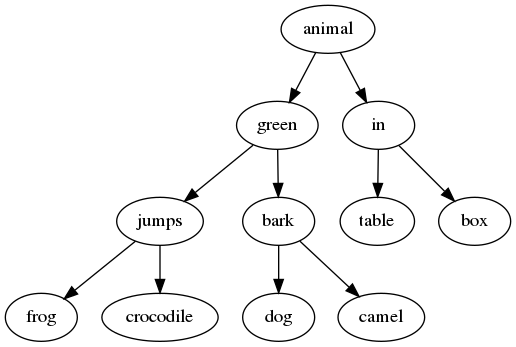
This is akinator/tree.png from alextroegubov/Technotrack-C-course, a Graphviz export, as it was before one commit. Its source is kept beside it as akinator/tree.dot. Source of this version:
```dot
digraph G {
372972912[label = frog]
372972832[label = jumps]
372972832->372972912;
372972832->372972592;
372972592[label = crocodile]
372972512[label = green]
372972512->372972832;
372972512->372972672;
372972752[label = dog]
372972672[label = bark]
372972672->372972752;
372972672->372971392;
372971392[label = camel]
372971232[label = animal]
372971232->372972512;
372971232->372972992;
372973072[label = table]
372972992[label = in]
372972992->372973072;
372972992->372971312;
372971312[label = box]

}
```
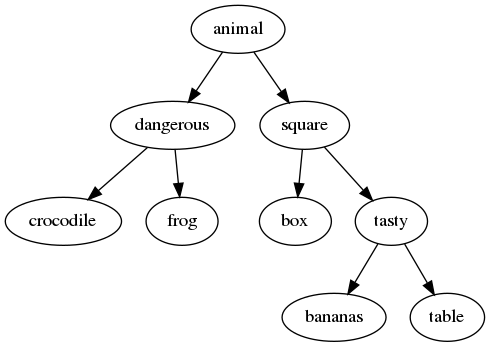
The same file after the commit.

The edit, as a diff of the source:
```diff
@@ -1,24 +1,20 @@
 digraph G {
-372972912[label = frog]
-372972832[label = jumps]
-372972832->372972912;
-372972832->372972592;
-372972592[label = crocodile]
-372972512[label = green]
-372972512->372972832;
-372972512->372972672;
-372972752[label = dog]
-372972672[label = bark]
-372972672->372972752;
-372972672->372971392;
-372971392[label = camel]
-372971232[label = animal]
-372971232->372972512;
-372971232->372972992;
-372973072[label = table]
-372972992[label = in]
-372972992->372973072;
-372972992->372971312;
-372971312[label = box]
+94030737728848[label = crocodile]
+94030737728768[label = dangerous]
+94030737728768->94030737728848;
+94030737728768->94030737728928;
+94030737728928[label = frog]
+94030737728688[label = animal]
+94030737728688->94030737728768;
+94030737728688->94030737729008;
+94030737729088[label = box]
+94030737729008[label = square]
+94030737729008->94030737729088;
+94030737729008->94030737731328;
+94030737731408[label = bananas]
+94030737731328[label = tasty]
+94030737731328->94030737731408;
+94030737731328->94030737729168;
+94030737729168[label = table]
 
 }
```
